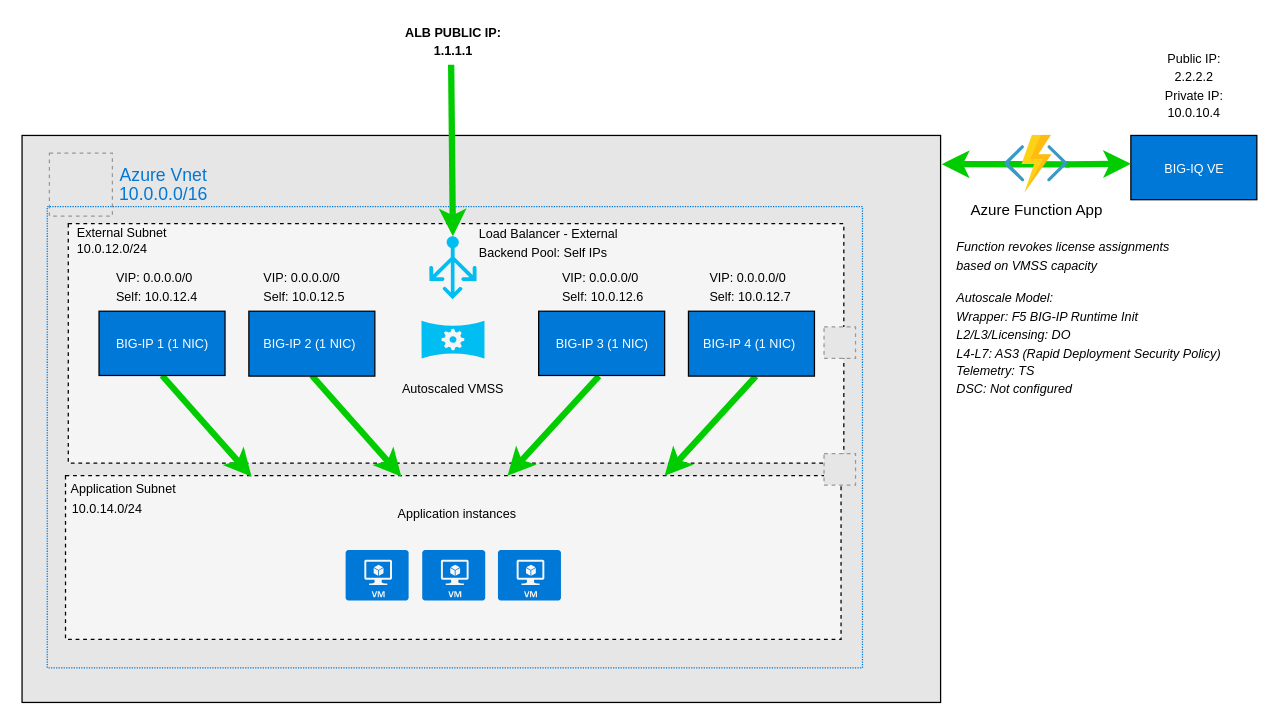
This is 2.0/azure/1NIC/azure-autoscale-via-lb-bigiq.drawio from f5-applebaum/f5-ve-cloud-diagrams, a draw.io file, before an edit. Source tidied: cells renumbered, new cells numbered last; positions are measured from the earlier drawing's top-left corner, leaving out a move shared by most shapes. Both pictures are drawn from the tidied source at 126%, with x=0, y=0 at pixel (21, 21). Pictures stored in the file or linked from it are replaced by grey dashed boxes.
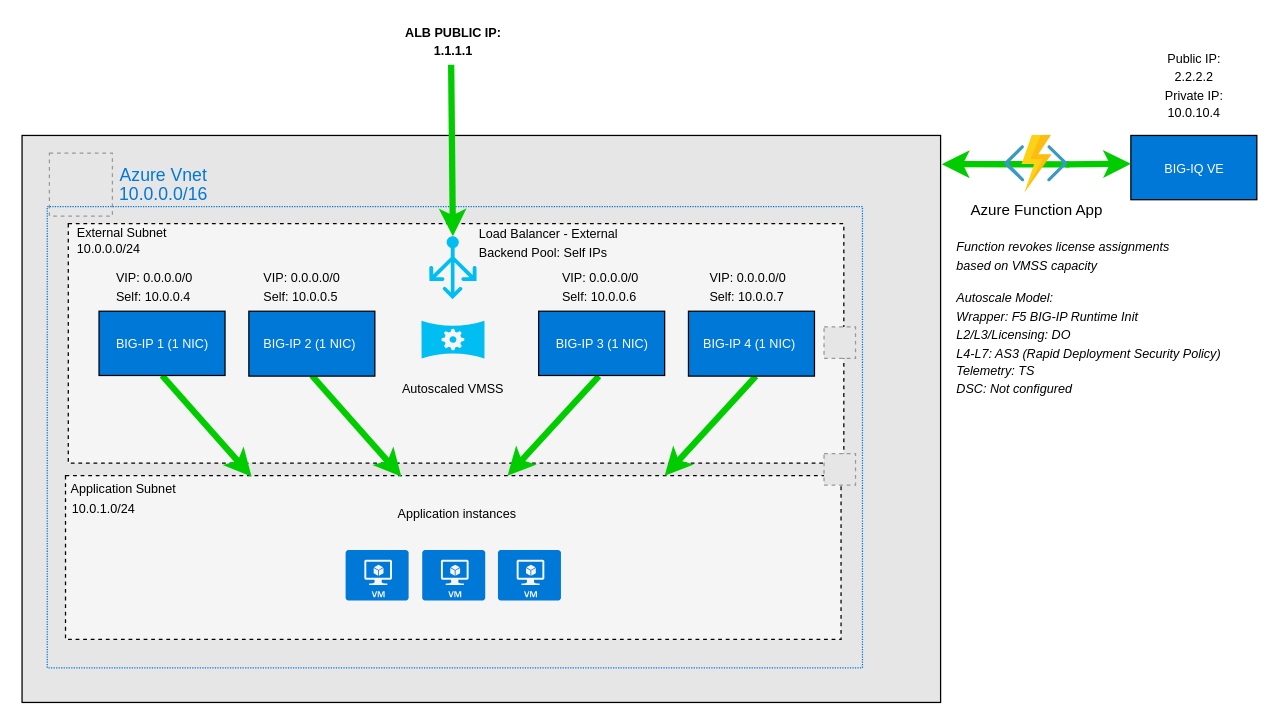
After the change.

Commit message (it also covers changes not shown here):
add azure diagrams

Diff of the diagram source:
```diff
@@
-    <mxCell id="11" value="&lt;font style=&quot;font-size: 10px&quot;&gt;10.0.12.0/24&lt;/font&gt;" style="text;html=1;align=left;verticalAlign=middle;" parent="1" vertex="1">
+    <mxCell id="11" value="&lt;font style=&quot;font-size: 10px&quot;&gt;10.0.0.0/24&lt;/font&gt;" style="text;html=1;align=left;verticalAlign=middle;" parent="1" vertex="1">
       <mxGeometry x="42" y="170" width="70" height="20" as="geometry" />
     </mxCell>
@@
-    <mxCell id="13" value="&lt;font style=&quot;font-size: 10px&quot;&gt;10.0.14.0/24&lt;/font&gt;" style="text;html=1;align=left;verticalAlign=middle;" parent="1" vertex="1">
+    <mxCell id="13" value="&lt;font style=&quot;font-size: 10px&quot;&gt;10.0.1.0/24&lt;/font&gt;" style="text;html=1;align=left;verticalAlign=middle;" parent="1" vertex="1">
       <mxGeometry x="38.1" y="375.5" width="70" height="20" as="geometry" />
     </mxCell>
@@
-    <mxCell id="37" value="&lt;font style=&quot;font-size: 10px&quot;&gt;VIP: 0.0.0.0/0&lt;br&gt;Self: 10.0.12.4&lt;br&gt;&lt;/font&gt;" style="text;html=1;align=left;verticalAlign=middle;" parent="1" vertex="1">
+    <mxCell id="37" value="&lt;font style=&quot;font-size: 10px&quot;&gt;VIP: 0.0.0.0/0&lt;br&gt;Self: 10.0.0.4&lt;br&gt;&lt;/font&gt;" style="text;html=1;align=left;verticalAlign=middle;" parent="1" vertex="1">
       <mxGeometry x="73.3" y="195" width="80" height="30" as="geometry" />
     </mxCell>
-    <mxCell id="38" value="&lt;font style=&quot;font-size: 10px&quot;&gt;VIP: 0.0.0.0/0&lt;br&gt;Self: 10.0.12.5&lt;br&gt;&lt;/font&gt;" style="text;html=1;align=left;verticalAlign=middle;" parent="1" vertex="1">
+    <mxCell id="38" value="&lt;font style=&quot;font-size: 10px&quot;&gt;VIP: 0.0.0.0/0&lt;br&gt;Self: 10.0.0.5&lt;br&gt;&lt;/font&gt;" style="text;html=1;align=left;verticalAlign=middle;" parent="1" vertex="1">
       <mxGeometry x="190" y="195" width="80" height="30" as="geometry" />
     </mxCell>
-    <mxCell id="39" value="&lt;font style=&quot;font-size: 10px&quot;&gt;VIP: 0.0.0.0/0&lt;br&gt;Self: 10.0.12.6&lt;br&gt;&lt;/font&gt;" style="text;html=1;align=left;verticalAlign=middle;" parent="1" vertex="1">
+    <mxCell id="39" value="&lt;font style=&quot;font-size: 10px&quot;&gt;VIP: 0.0.0.0/0&lt;br&gt;Self: 10.0.0.6&lt;br&gt;&lt;/font&gt;" style="text;html=1;align=left;verticalAlign=middle;" parent="1" vertex="1">
       <mxGeometry x="427.2" y="195" width="80" height="30" as="geometry" />
     </mxCell>
-    <mxCell id="40" value="&lt;font style=&quot;font-size: 10px&quot;&gt;VIP: 0.0.0.0/0&lt;br&gt;Self: 10.0.12.7&lt;br&gt;&lt;/font&gt;" style="text;html=1;align=left;verticalAlign=middle;" parent="1" vertex="1">
+    <mxCell id="40" value="&lt;font style=&quot;font-size: 10px&quot;&gt;VIP: 0.0.0.0/0&lt;br&gt;Self: 10.0.0.7&lt;br&gt;&lt;/font&gt;" style="text;html=1;align=left;verticalAlign=middle;" parent="1" vertex="1">
       <mxGeometry x="543.9" y="195" width="80" height="30" as="geometry" />
     </mxCell>
```
